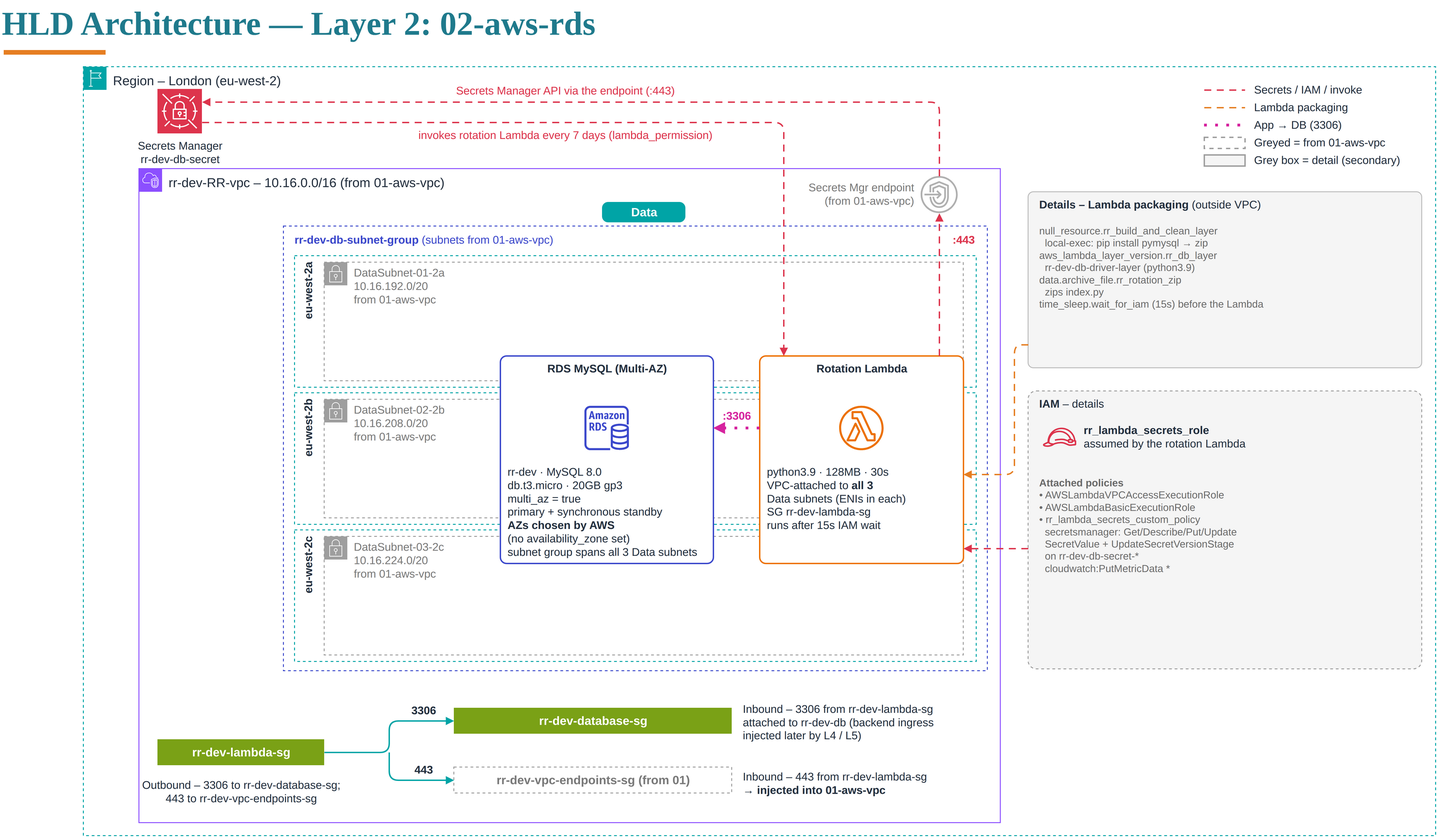
Above: infrastructure/02-aws-rds/documents/hld-architecture/layer2-hld.png in ManunEbo/Terraform-AWS-Ritual-Roast-Part-2-Containerised (draw.io), before the change. Source tidied: cells renumbered, new cells last; positions are measured from the earlier drawing's top-left corner, leaving out a move shared by most shapes.
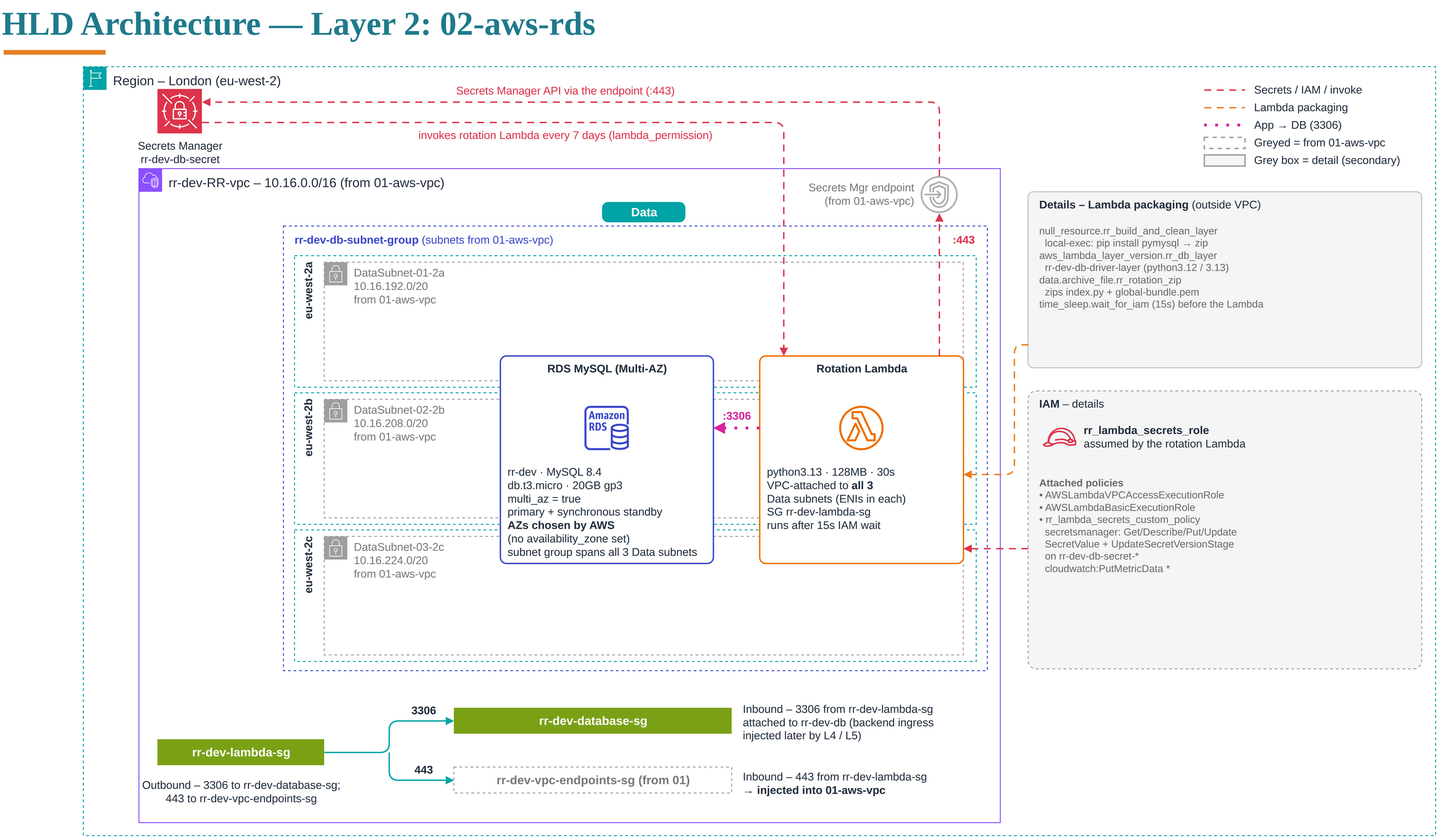
Later version of the same file.

Commit message:
docs(hld): layer 2 — MySQL 8.4, Lambda python3.13, CA bundle in zip

The edit, as a diff of the source:
```diff
@@ -101,7 +101,7 @@
     <mxCell id="31" style="sketch=0;dashed=0;html=1;fontSize=12;fontStyle=0;shape=mxgraph.aws4.rds_instance;strokeColor=none;fillColor=#3B48CC;fontColor=#232F3E;verticalLabelPosition=bottom;verticalAlign=top;align=center;" parent="1" vertex="1">
       <mxGeometry x="631" y="438" width="48" height="48" as="geometry" />
     </mxCell>
-    <mxCell id="32" value="rr-dev · MySQL 8.0&lt;br&gt;db.t3.micro · 20GB gp3&lt;br&gt;multi_az = true&lt;br&gt;primary + synchronous standby&lt;br&gt;&lt;b&gt;AZs chosen by AWS&lt;/b&gt;&lt;br&gt;(no availability_zone set)&lt;br&gt;subnet group spans all 3 Data subnets" style="text;html=1;align=center;verticalAlign=middle;fontSize=12;fontColor=#232F3E;fontStyle=0;align=left;verticalAlign=top;" parent="1" vertex="1">
+    <mxCell id="32" value="rr-dev · MySQL 8.4&lt;br&gt;db.t3.micro · 20GB gp3&lt;br&gt;multi_az = true&lt;br&gt;primary + synchronous standby&lt;br&gt;&lt;b&gt;AZs chosen by AWS&lt;/b&gt;&lt;br&gt;(no availability_zone set)&lt;br&gt;subnet group spans all 3 Data subnets" style="text;html=1;align=center;verticalAlign=middle;fontSize=12;fontColor=#232F3E;fontStyle=0;align=left;verticalAlign=top;" parent="1" vertex="1">
       <mxGeometry x="546" y="496" width="218" height="108" as="geometry" />
     </mxCell>
     <mxCell id="33" style="rounded=1;arcSize=3;fillColor=#ffffff;strokeColor=#ED7100;strokeWidth=1.5;html=1;" parent="1" vertex="1">
@@ -113,7 +113,7 @@
     <mxCell id="35" style="sketch=0;dashed=0;html=1;fontSize=12;fontStyle=0;shape=mxgraph.aws4.lambda_function;strokeColor=none;fillColor=#ED7100;fontColor=#232F3E;verticalLabelPosition=bottom;verticalAlign=top;align=center;" parent="1" vertex="1">
       <mxGeometry x="906" y="438" width="48" height="48" as="geometry" />
     </mxCell>
-    <mxCell id="36" value="python3.9 · 128MB · 30s&lt;br&gt;VPC-attached to &lt;b&gt;all 3&lt;/b&gt;&lt;br&gt;Data subnets (ENIs in each)&lt;br&gt;SG rr-dev-lambda-sg&lt;br&gt;runs after 15s IAM wait" style="text;html=1;align=center;verticalAlign=middle;fontSize=12;fontColor=#232F3E;fontStyle=0;align=left;verticalAlign=top;" parent="1" vertex="1">
+    <mxCell id="36" value="python3.13 · 128MB · 30s&lt;br&gt;VPC-attached to &lt;b&gt;all 3&lt;/b&gt;&lt;br&gt;Data subnets (ENIs in each)&lt;br&gt;SG rr-dev-lambda-sg&lt;br&gt;runs after 15s IAM wait" style="text;html=1;align=center;verticalAlign=middle;fontSize=12;fontColor=#232F3E;fontStyle=0;align=left;verticalAlign=top;" parent="1" vertex="1">
       <mxGeometry x="826" y="496" width="208" height="108" as="geometry" />
     </mxCell>
     <mxCell id="37" value="Secrets Mgr endpoint&lt;br&gt;(from 01-aws-vpc)" style="sketch=0;dashed=0;html=1;fontSize=12;fontStyle=0;shape=mxgraph.aws4.endpoints;strokeColor=none;fillColor=#B0B0B0;fontColor=#7A7A7A;labelPosition=left;verticalLabelPosition=middle;align=right;verticalAlign=middle;spacingRight=6;" parent="1" vertex="1">
@@ -164,7 +164,7 @@
     <mxCell id="46" value="&lt;b&gt;Details – Lambda packaging&lt;/b&gt; (outside VPC)" style="text;html=1;align=center;verticalAlign=middle;fontSize=12;fontColor=#232F3E;fontStyle=0;align=left;fontSize=12;" parent="1" vertex="1">
       <mxGeometry x="1120" y="211" width="400" height="20" as="geometry" />
     </mxCell>
-    <mxCell id="47" value="null_resource.rr_build_and_clean_layer&lt;br&gt;&amp;nbsp;&amp;nbsp;local-exec: pip install pymysql → zip&lt;br&gt;aws_lambda_layer_version.rr_db_layer&lt;br&gt;&amp;nbsp;&amp;nbsp;rr-dev-db-driver-layer (python3.9)&lt;br&gt;data.archive_file.rr_rotation_zip&lt;br&gt;&amp;nbsp;&amp;nbsp;zips index.py&lt;br&gt;time_sleep.wait_for_iam (15s) before the Lambda" style="text;html=1;align=center;verticalAlign=middle;fontSize=12;fontColor=#232F3E;fontStyle=0;align=left;verticalAlign=top;fontSize=11;fontColor=#6B6B6B;" parent="1" vertex="1">
+    <mxCell id="47" value="null_resource.rr_build_and_clean_layer&lt;br&gt;&amp;nbsp;&amp;nbsp;local-exec: pip install pymysql → zip&lt;br&gt;aws_lambda_layer_version.rr_db_layer&lt;br&gt;&amp;nbsp;&amp;nbsp;rr-dev-db-driver-layer (python3.12 / 3.13)&lt;br&gt;data.archive_file.rr_rotation_zip&lt;br&gt;&amp;nbsp;&amp;nbsp;zips index.py + global-bundle.pem&lt;br&gt;time_sleep.wait_for_iam (15s) before the Lambda" style="text;html=1;align=center;verticalAlign=middle;fontSize=12;fontColor=#232F3E;fontStyle=0;align=left;verticalAlign=top;fontSize=11;fontColor=#6B6B6B;" parent="1" vertex="1">
       <mxGeometry x="1120" y="236" width="405" height="156" as="geometry" />
     </mxCell>
     <mxCell id="48" style="rounded=1;arcSize=3;dashed=1;fillColor=#F5F5F5;strokeColor=#9E9E9E;html=1;" parent="1" vertex="1">
```
